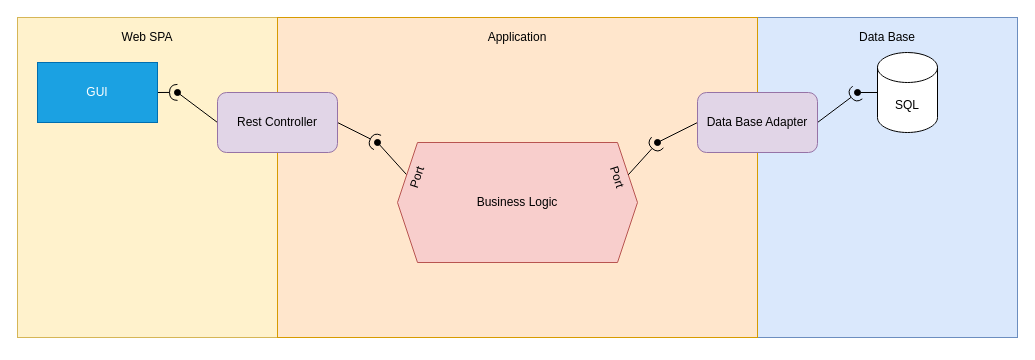
Before: charts/component.drawio in Mihyich/PPO, a draw.io diagram. Source tidied: cells renumbered, new cells numbered last; positions are measured from the earlier drawing's top-left corner, leaving out a move shared by most shapes. Both pictures are drawn from the tidied source at 100%, with x=0, y=0 at pixel (17, 17).
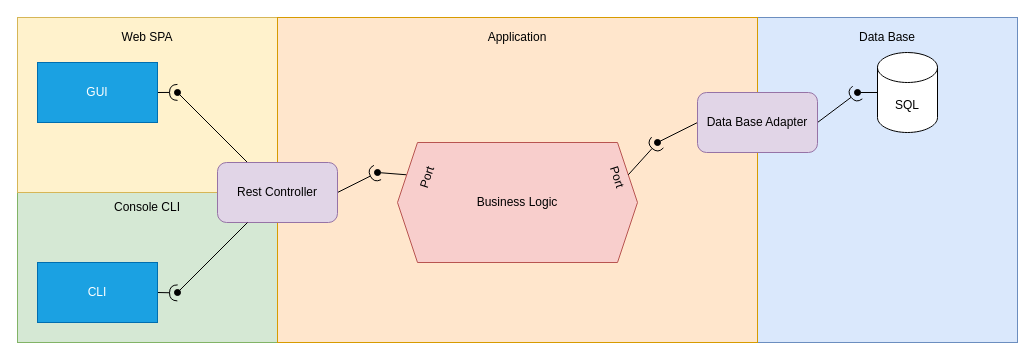
The same diagram, later.

Commit message (it also covers changes not shown here):
Обновлены диаграммы

The change refers to these unchanged cells:
```xml
<mxCell id="6" value="Business Logic" style="shape=hexagon;perimeter=hexagonPerimeter2;whiteSpace=wrap;html=1;fixedSize=1;fillColor=#f8cecc;strokeColor=#b85450;" parent="1" vertex="1">
  <mxGeometry x="380" y="125" width="240" height="120" as="geometry" />
</mxCell>
```

Change to the diagram source:
```diff
@@
+    <mxCell id="23" style="rounded=0;whiteSpace=wrap;html=1;fillColor=#d5e8d4;strokeColor=#82b366;" parent="1" vertex="1">
+      <mxGeometry y="175" width="260" height="150" as="geometry" />
+    </mxCell>
     <mxCell id="2" style="rounded=0;whiteSpace=wrap;html=1;fillColor=#fff2cc;strokeColor=#d6b656;" parent="1" vertex="1">
-      <mxGeometry width="260" height="320" as="geometry" />
+      <mxGeometry width="260" height="175" as="geometry" />
     </mxCell>
     <mxCell id="3" style="rounded=0;whiteSpace=wrap;html=1;fillColor=#dae8fc;strokeColor=#6c8ebf;" parent="1" vertex="1">
-      <mxGeometry x="740" width="260" height="320" as="geometry" />
+      <mxGeometry x="740" width="260" height="325" as="geometry" />
     </mxCell>
     <mxCell id="4" style="rounded=0;whiteSpace=wrap;html=1;fillColor=#ffe6cc;strokeColor=#d79b00;" parent="1" vertex="1">
-      <mxGeometry x="260" width="480" height="320" as="geometry" />
+      <mxGeometry x="260" width="480" height="325" as="geometry" />
     </mxCell>
     <mxCell id="5" style="edgeStyle=none;html=1;exitX=0;exitY=0.25;exitDx=0;exitDy=0;endArrow=oval;endFill=1;" parent="1" edge="1" source="6">
       <mxGeometry relative="1" as="geometry">
-        <mxPoint x="360" y="125" as="targetPoint" />
+        <mxPoint x="360" y="155" as="targetPoint" />
       </mxGeometry>
     </mxCell>
@@
     <mxCell id="7" value="Port" style="text;html=1;align=center;verticalAlign=middle;whiteSpace=wrap;rounded=0;rotation=-72;" parent="1" vertex="1">
-      <mxGeometry x="370" y="145" width="60" height="30" as="geometry" />
+      <mxGeometry x="380" y="145" width="60" height="30" as="geometry" />
     </mxCell>
@@
     <mxCell id="11" style="edgeStyle=none;html=1;exitX=1;exitY=0.5;exitDx=0;exitDy=0;endArrow=halfCircle;endFill=0;" parent="1" edge="1" source="13">
       <mxGeometry relative="1" as="geometry">
-        <mxPoint x="360" y="125" as="targetPoint" />
+        <mxPoint x="360" y="155" as="targetPoint" />
       </mxGeometry>
     </mxCell>
-    <mxCell id="12" style="edgeStyle=none;html=1;exitX=0;exitY=0.5;exitDx=0;exitDy=0;endArrow=oval;endFill=1;" parent="1" edge="1" source="13">
+    <mxCell id="12" style="edgeStyle=none;html=1;endArrow=oval;endFill=1;" parent="1" edge="1" source="13">
       <mxGeometry relative="1" as="geometry">
         <mxPoint x="160" y="75" as="targetPoint" />
       </mxGeometry>
     </mxCell>
     <mxCell id="13" value="Rest Controller" style="rounded=1;whiteSpace=wrap;html=1;fillColor=#e1d5e7;strokeColor=#9673a6;" parent="1" vertex="1">
-      <mxGeometry x="200" y="75" width="120" height="60" as="geometry" />
+      <mxGeometry x="200" y="145" width="120" height="60" as="geometry" />
     </mxCell>
@@
     <mxCell id="19" value="Web SPA" style="text;html=1;align=center;verticalAlign=middle;whiteSpace=wrap;rounded=0;" parent="1" vertex="1">
-      <mxGeometry x="100" y="5" width="60" height="30" as="geometry" />
+      <mxGeometry y="5" width="260" height="30" as="geometry" />
     </mxCell>
@@
+    <mxCell id="24" style="edgeStyle=none;html=1;exitX=1;exitY=0.5;exitDx=0;exitDy=0;endArrow=halfCircle;endFill=0;" parent="1" edge="1" source="25">
+      <mxGeometry relative="1" as="geometry">
+        <mxPoint x="160" y="275.4" as="targetPoint" />
+      </mxGeometry>
+    </mxCell>
+    <mxCell id="25" value="CLI" style="rounded=0;whiteSpace=wrap;html=1;fillColor=#1ba1e2;strokeColor=#006EAF;fontColor=#ffffff;" parent="1" vertex="1">
+      <mxGeometry x="20" y="245" width="120" height="60" as="geometry" />
+    </mxCell>
+    <mxCell id="26" style="edgeStyle=none;html=1;endArrow=oval;endFill=1;" parent="1" edge="1" source="13">
+      <mxGeometry relative="1" as="geometry">
+        <mxPoint x="160" y="275" as="targetPoint" />
+      </mxGeometry>
+    </mxCell>
+    <mxCell id="27" value="Console CLI" style="text;html=1;align=center;verticalAlign=middle;whiteSpace=wrap;rounded=0;" parent="1" vertex="1">
+      <mxGeometry y="175" width="260" height="30" as="geometry" />
+    </mxCell>
```
